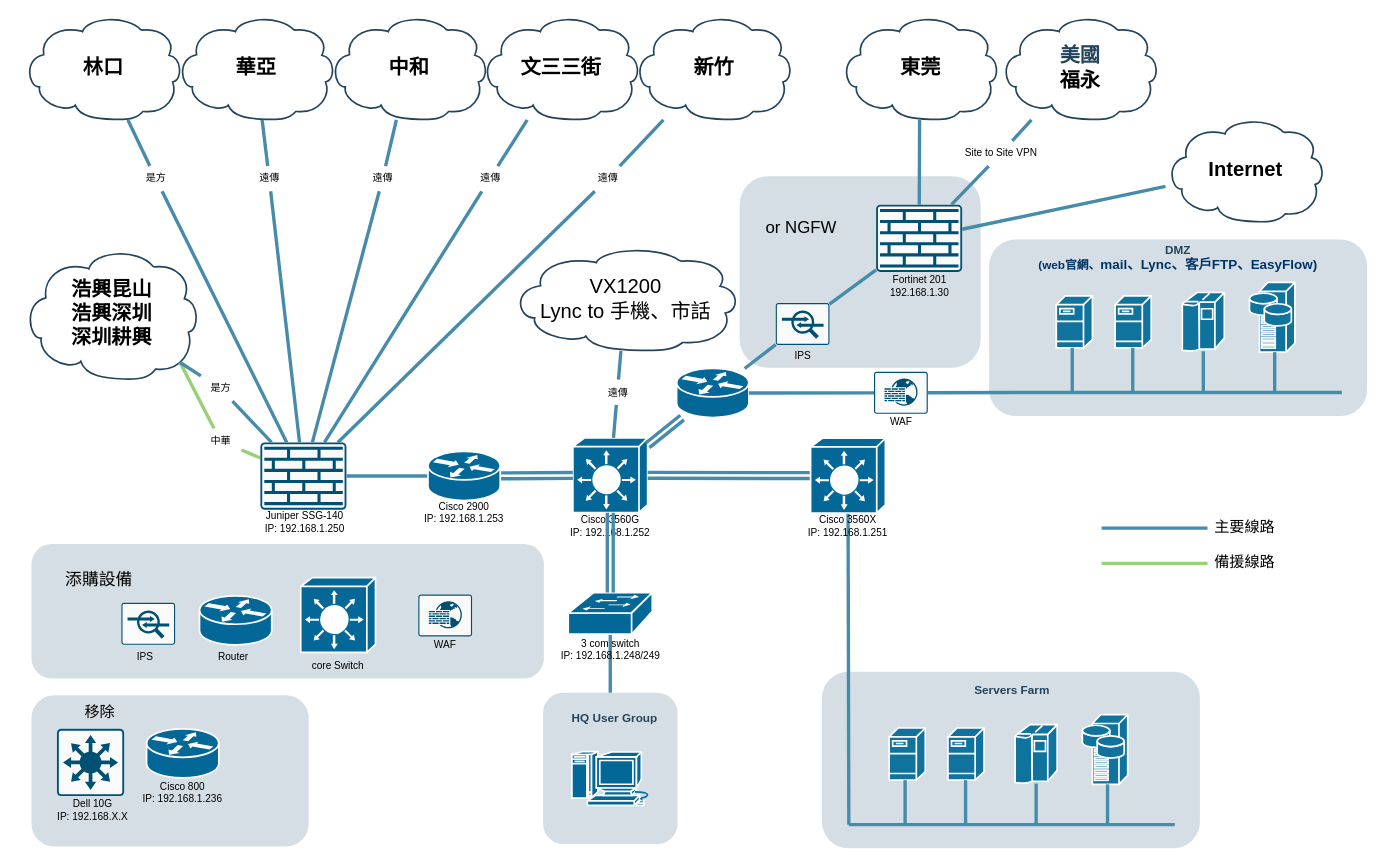
Earlier version of the draw.io diagram HQ-V2.drawio (KevinKuo2519/AI-Prpgram). Source tidied: cells renumbered, new cells numbered last; positions are measured from the earlier drawing's top-left corner, leaving out a move shared by most shapes. Both pictures are drawn from the tidied source at 84%, with x=0, y=0 at pixel (14, 14).
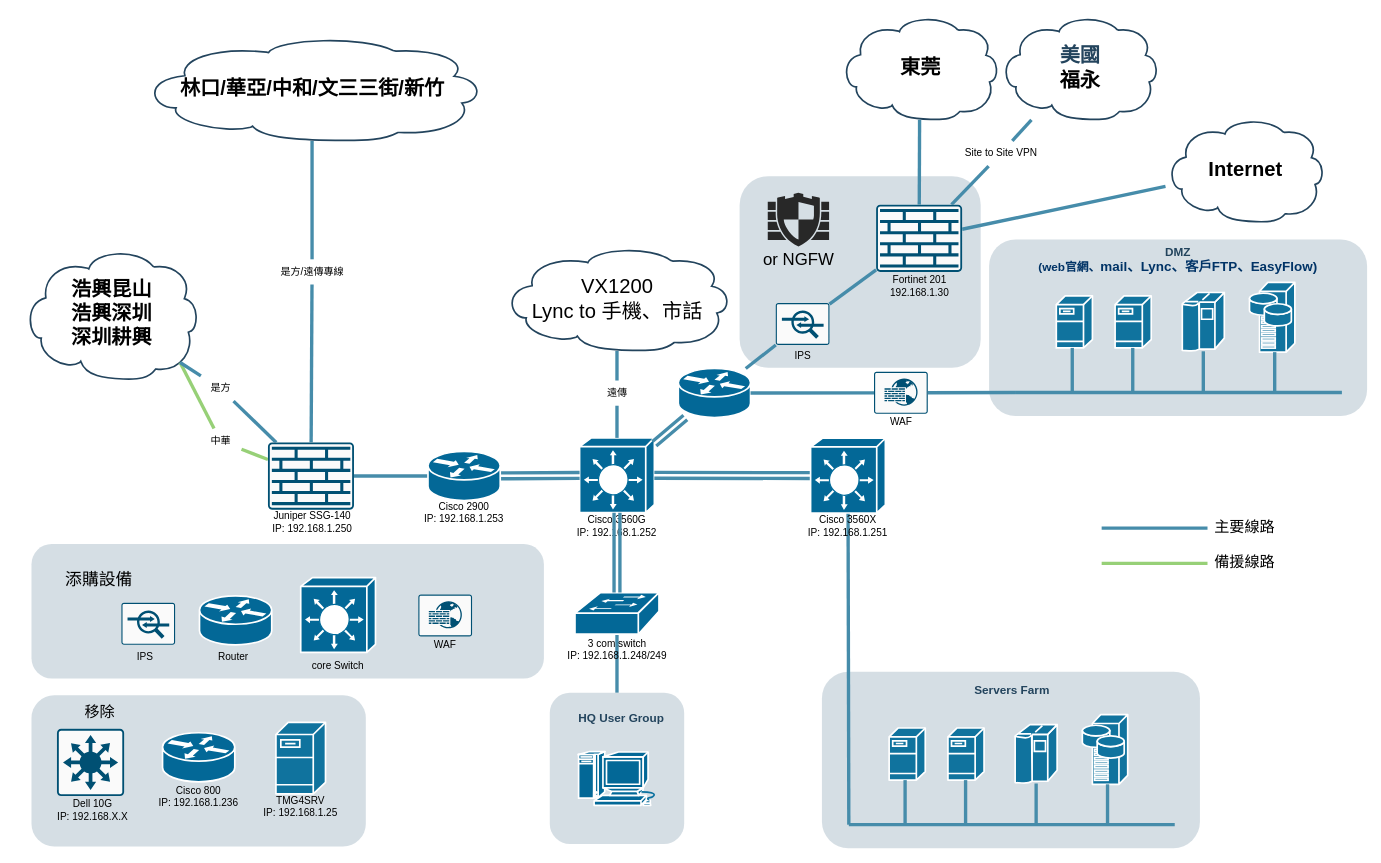
The same diagram, later.

Unchanged cells that the change refers to:
```xml
<mxCell id="22" style="group;" parent="1" vertex="1">
  <mxGeometry x="1160" y="267.7" width="450" height="210" as="geometry" />
</mxCell>
<mxCell id="126" style="sketch=0;points=[[0.015,0.015,0],[0.985,0.015,0],[0.985,0.985,0],[0.015,0.985,0],[0.25,0,0],[0.5,0,0],[0.75,0,0],[1,0.25,0],[1,0.5,0],[1,0.75,0],[0.75,1,0],[0.5,1,0],[0.25,1,0],[0,0.75,0],[0,0.5,0],[0,0.25,0]];verticalLabelPosition=bottom;html=1;verticalAlign=top;align=center;shape=mxgraph.cisco19.rect;prIcon=firewall;fillColor=#FAFAFA;strokeColor=#005073;" parent="125" vertex="1">
  <mxGeometry width="102.4" height="80" as="geometry" />
</mxCell>
```

The edit, as a diff of the source:
```diff
@@
     <mxCell id="17" style="group;" parent="1" vertex="1">
-      <mxGeometry x="654" y="503.8" width="110" height="120" as="geometry" />
+      <mxGeometry x="662" y="503.8" width="110" height="120" as="geometry" />
     </mxCell>
@@
-    <mxCell id="33" value="&lt;font style=&quot;border-color: var(--border-color);&quot; color=&quot;#23445d&quot;&gt;DMZ&lt;/font&gt;&lt;br style=&quot;border-color: var(--border-color);&quot;&gt;&lt;font style=&quot;border-color: var(--border-color);&quot; color=&quot;#003366&quot;&gt;(web官網、&lt;span style=&quot;border-color: var(--border-color); font-size: 12pt; font-family: Calibri, sans-serif;&quot; lang=&quot;EN-US&quot;&gt;mail&lt;/span&gt;&lt;span style=&quot;border-color: var(--border-color); font-size: 12pt; font-family: 新細明體, serif;&quot;&gt;、&lt;/span&gt;&lt;span style=&quot;border-color: var(--border-color); font-size: 12pt; font-family: Calibri, sans-serif;&quot; lang=&quot;EN-US&quot;&gt;Lync&lt;/span&gt;&lt;span style=&quot;border-color: var(--border-color); font-size: 12pt; font-family: 新細明體, serif;&quot;&gt;、客戶&lt;/span&gt;&lt;span style=&quot;border-color: var(--border-color); font-size: 12pt; font-family: Calibri, sans-serif;&quot; lang=&quot;EN-US&quot;&gt;FTP、EasyFlow)&lt;/span&gt;&lt;/font&gt;" style="rounded=1;whiteSpace=wrap;html=1;strokeColor=none;fillColor=none;fontSize=14;fontColor=#742B21;align=center;fontStyle=1;" parent="22" vertex="1">
-      <mxGeometry x="40" y="12" width="370" height="19" as="geometry" />
-    </mxCell>
-    <mxCell id="34" style="rounded=1;jettySize=auto;html=1;strokeColor=#468CAA;strokeWidth=4;endArrow=none;endFill=0;elbow=vertical;" parent="1" edge="1" source="88" target="126">
-      <mxGeometry relative="1" as="geometry" />
-    </mxCell>
-    <mxCell id="35" value="&lt;p style=&quot;margin-top: 0pt; margin-bottom: 0pt; margin-left: 0in; direction: ltr; unicode-bidi: embed; word-break: normal; font-size: 23px;&quot;&gt;&lt;/p&gt;&lt;p style=&quot;margin-top: 0pt; margin-bottom: 0pt; margin-left: 0in; direction: ltr; unicode-bidi: embed; word-break: normal;&quot;&gt;&lt;span style=&quot;background-color: initial; font-size: 18pt; color: rgb(0, 0, 0);&quot;&gt;林口&lt;/span&gt;&lt;br&gt;&lt;/p&gt;" style="shape=mxgraph.cisco.storage.cloud;html=1;dashed=0;strokeColor=#23445D;fillColor=#ffffff;strokeWidth=2;fontFamily=Helvetica;fontSize=24;fontColor=#23445D;align=center;fontStyle=1;" parent="1" vertex="1">
-      <mxGeometry x="10" y="0.2" width="190" height="125" as="geometry" />
+    <mxCell id="35" value="&lt;p style=&quot;margin-top: 0pt; margin-bottom: 0pt; margin-left: 0in; direction: ltr; unicode-bidi: embed; word-break: normal; font-size: 23px;&quot;&gt;&lt;/p&gt;&lt;p style=&quot;margin-top: 0pt; margin-bottom: 0pt; margin-left: 0in; direction: ltr; unicode-bidi: embed; word-break: normal;&quot;&gt;&lt;span style=&quot;background-color: initial; font-size: 18pt; color: rgb(0, 0, 0);&quot;&gt;林口/華亞/中和/文三三街/新竹&lt;/span&gt;&lt;/p&gt;" style="shape=mxgraph.cisco.storage.cloud;html=1;dashed=0;strokeColor=#23445D;fillColor=#ffffff;strokeWidth=2;fontFamily=Helvetica;fontSize=24;fontColor=#23445D;align=center;fontStyle=1;" parent="1" vertex="1">
+      <mxGeometry x="150" y="25.2" width="408" height="125" as="geometry" />
     </mxCell>
@@
     <mxCell id="40" value="&lt;p style=&quot;margin-top: 0pt; margin-bottom: 0pt; margin-left: 0in; direction: ltr; unicode-bidi: embed; word-break: normal; font-size: 23px;&quot;&gt;&lt;/p&gt;&lt;p style=&quot;border-color: var(--border-color); color: rgb(0, 0, 0); font-weight: 400; margin-top: 0pt; margin-bottom: 0pt; margin-left: 0in; direction: ltr; unicode-bidi: embed; word-break: normal;&quot;&gt;&lt;font style=&quot;border-color: var(--border-color);&quot;&gt;VX1200&lt;/font&gt;&lt;/p&gt;&lt;p style=&quot;border-color: var(--border-color); color: rgb(0, 0, 0); font-weight: 400; margin-top: 0pt; margin-bottom: 0pt; margin-left: 0in; direction: ltr; unicode-bidi: embed; word-break: normal;&quot;&gt;&lt;font style=&quot;border-color: var(--border-color);&quot;&gt;Lync to&amp;nbsp;&lt;span style=&quot;border-color: var(--border-color); font-family: 微軟正黑體;&quot;&gt;手機、市話&lt;/span&gt;&lt;/font&gt;&lt;/p&gt;" style="shape=mxgraph.cisco.storage.cloud;html=1;dashed=0;strokeColor=#23445D;fillColor=#ffffff;strokeWidth=2;fontFamily=Helvetica;fontSize=24;fontColor=#23445D;align=center;fontStyle=1;" parent="1" vertex="1">
-      <mxGeometry x="591" y="275.2" width="272" height="125" as="geometry" />
+      <mxGeometry x="581" y="275.2" width="272" height="125" as="geometry" />
     </mxCell>
     <mxCell id="41" style="group;" parent="1" vertex="1">
-      <mxGeometry x="646.8" y="688" width="124.5" height="83" as="geometry" />
+      <mxGeometry x="654.8" y="688" width="124.5" height="83" as="geometry" />
     </mxCell>
@@
     <mxCell id="45" style="group;" parent="1" vertex="1">
-      <mxGeometry x="629" y="807.2" width="160" height="180" as="geometry" />
+      <mxGeometry x="637" y="807.2" width="160" height="180" as="geometry" />
     </mxCell>
@@
-    <mxCell id="66" value="&lt;p style=&quot;margin-top: 0pt; margin-bottom: 0pt; margin-left: 0in; direction: ltr; unicode-bidi: embed; word-break: normal; font-size: 23px;&quot;&gt;&lt;/p&gt;&lt;p style=&quot;margin-top: 0pt; margin-bottom: 0pt; margin-left: 0in; direction: ltr; unicode-bidi: embed; word-break: normal;&quot;&gt;&lt;font color=&quot;#000000&quot;&gt;華亞&lt;/font&gt;&lt;/p&gt;" style="shape=mxgraph.cisco.storage.cloud;html=1;dashed=0;strokeColor=#23445D;fillColor=#ffffff;strokeWidth=2;fontFamily=Helvetica;fontSize=24;fontColor=#23445D;align=center;fontStyle=1;" parent="1" vertex="1">
-      <mxGeometry x="192" y="0.2" width="190" height="125" as="geometry" />
-    </mxCell>
-    <mxCell id="67" value="&lt;p style=&quot;margin-top: 0pt; margin-bottom: 0pt; margin-left: 0in; direction: ltr; unicode-bidi: embed; word-break: normal; font-size: 23px;&quot;&gt;&lt;/p&gt;&lt;p style=&quot;margin-top: 0pt; margin-bottom: 0pt; margin-left: 0in; direction: ltr; unicode-bidi: embed; word-break: normal;&quot;&gt;&lt;font color=&quot;#000000&quot;&gt;中和&lt;/font&gt;&lt;/p&gt;" style="shape=mxgraph.cisco.storage.cloud;html=1;dashed=0;strokeColor=#23445D;fillColor=#ffffff;strokeWidth=2;fontFamily=Helvetica;fontSize=24;fontColor=#23445D;align=center;fontStyle=1;" parent="1" vertex="1">
-      <mxGeometry x="374" y="0.2" width="190" height="125" as="geometry" />
-    </mxCell>
-    <mxCell id="68" value="&lt;p style=&quot;margin-top: 0pt; margin-bottom: 0pt; margin-left: 0in; direction: ltr; unicode-bidi: embed; word-break: normal; font-size: 23px;&quot;&gt;&lt;/p&gt;&lt;p style=&quot;margin-top: 0pt; margin-bottom: 0pt; margin-left: 0in; direction: ltr; unicode-bidi: embed; word-break: normal;&quot;&gt;&lt;span style=&quot;background-color: initial; font-size: 18pt; color: rgb(0, 0, 0);&quot;&gt;文三三街&lt;/span&gt;&lt;br&gt;&lt;/p&gt;" style="shape=mxgraph.cisco.storage.cloud;html=1;dashed=0;strokeColor=#23445D;fillColor=#ffffff;strokeWidth=2;fontFamily=Helvetica;fontSize=24;fontColor=#23445D;align=center;fontStyle=1;" parent="1" vertex="1">
-      <mxGeometry x="555" y="0.2" width="190" height="125" as="geometry" />
-    </mxCell>
-    <mxCell id="69" value="&lt;p style=&quot;margin-top: 0pt; margin-bottom: 0pt; margin-left: 0in; direction: ltr; unicode-bidi: embed; word-break: normal; font-size: 23px;&quot;&gt;&lt;/p&gt;&lt;p style=&quot;margin-top: 0pt; margin-bottom: 0pt; margin-left: 0in; direction: ltr; unicode-bidi: embed; word-break: normal;&quot;&gt;&lt;span style=&quot;background-color: initial; font-size: 18pt; color: rgb(0, 0, 0);&quot;&gt;新竹&lt;/span&gt;&lt;br&gt;&lt;/p&gt;" style="shape=mxgraph.cisco.storage.cloud;html=1;dashed=0;strokeColor=#23445D;fillColor=#ffffff;strokeWidth=2;fontFamily=Helvetica;fontSize=24;fontColor=#23445D;align=center;fontStyle=1;" parent="1" vertex="1">
-      <mxGeometry x="736.5" y="0.2" width="190" height="125" as="geometry" />
-    </mxCell>
-    <mxCell id="70" style="rounded=1;jettySize=auto;html=1;strokeColor=#468CAA;strokeWidth=4;endArrow=none;endFill=0;elbow=vertical;" parent="1" edge="1" source="90" target="126">
-      <mxGeometry relative="1" as="geometry" />
-    </mxCell>
-    <mxCell id="71" style="rounded=1;jettySize=auto;html=1;strokeColor=#468CAA;strokeWidth=4;endArrow=none;endFill=0;" parent="1" edge="1" source="92" target="126">
-      <mxGeometry relative="1" as="geometry" />
-    </mxCell>
-    <mxCell id="72" style="rounded=1;jettySize=auto;html=1;strokeColor=#468CAA;strokeWidth=4;endArrow=none;endFill=0;elbow=vertical;" parent="1" edge="1" source="94" target="126">
-      <mxGeometry relative="1" as="geometry" />
-    </mxCell>
@@
     <mxCell id="84" value="遠傳" style="text;html=1;align=center;verticalAlign=middle;points=[];strokeColor=none;fillColor=none;" parent="1" vertex="1">
-      <mxGeometry x="692.5" y="434.5" width="50" height="30" as="geometry" />
+      <mxGeometry x="692" y="435.5" width="50" height="30" as="geometry" />
     </mxCell>
@@
-    <mxCell id="86" value="是方" style="text;html=1;align=center;verticalAlign=middle;points=[];strokeColor=none;fillColor=none;" parent="1" vertex="1">
-      <mxGeometry x="143" y="180.2" width="50" height="30" as="geometry" />
+    <mxCell id="86" value="是方/遠傳專線" style="text;html=1;align=center;verticalAlign=middle;points=[];strokeColor=none;fillColor=none;" parent="1" vertex="1">
+      <mxGeometry x="304" y="291.2" width="100" height="30" as="geometry" />
     </mxCell>
-    <mxCell id="87" style="rounded=1;jettySize=auto;html=1;strokeColor=#468CAA;strokeWidth=4;endArrow=none;endFill=0;elbow=vertical;" parent="1" edge="1" source="66" target="88">
-      <mxGeometry relative="1" as="geometry" />
-    </mxCell>
-    <mxCell id="88" value="遠傳" style="text;html=1;align=center;verticalAlign=middle;points=[];strokeColor=none;fillColor=none;" parent="1" vertex="1">
-      <mxGeometry x="278" y="180.2" width="50" height="30" as="geometry" />
-    </mxCell>
-    <mxCell id="89" style="rounded=1;jettySize=auto;html=1;strokeColor=#468CAA;strokeWidth=4;endArrow=none;endFill=0;elbow=vertical;" parent="1" edge="1" source="67" target="90">
-      <mxGeometry relative="1" as="geometry" />
-    </mxCell>
-    <mxCell id="90" value="遠傳" style="text;html=1;align=center;verticalAlign=middle;points=[];strokeColor=none;fillColor=none;" parent="1" vertex="1">
-      <mxGeometry x="413" y="180.2" width="50" height="30" as="geometry" />
-    </mxCell>
-    <mxCell id="91" style="rounded=1;jettySize=auto;html=1;strokeColor=#468CAA;strokeWidth=4;endArrow=none;endFill=0;" parent="1" edge="1" source="68" target="92">
-      <mxGeometry relative="1" as="geometry" />
-    </mxCell>
-    <mxCell id="92" value="遠傳" style="text;html=1;align=center;verticalAlign=middle;points=[];strokeColor=none;fillColor=none;" parent="1" vertex="1">
-      <mxGeometry x="540.5" y="180.2" width="50" height="30" as="geometry" />
-    </mxCell>
-    <mxCell id="93" style="rounded=1;jettySize=auto;html=1;strokeColor=#468CAA;strokeWidth=4;endArrow=none;endFill=0;elbow=vertical;" parent="1" edge="1" source="69" target="94">
-      <mxGeometry relative="1" as="geometry" />
-    </mxCell>
-    <mxCell id="94" value="遠傳" style="text;html=1;align=center;verticalAlign=middle;points=[];strokeColor=none;fillColor=none;" parent="1" vertex="1">
-      <mxGeometry x="681" y="180.2" width="50" height="30" as="geometry" />
-    </mxCell>
@@
     <mxCell id="97" style="shape=mxgraph.cisco.routers.router;sketch=0;html=1;dashed=0;fillColor=#036897;strokeColor=#ffffff;strokeWidth=2;verticalLabelPosition=bottom;verticalAlign=top;align=center;outlineConnect=0;" parent="1" vertex="1">
-      <mxGeometry x="788" y="421.2" width="86" height="58.4" as="geometry" />
+      <mxGeometry x="790" y="421.2" width="86" height="58.4" as="geometry" />
     </mxCell>
@@
     <mxCell id="117" style="rounded=1;whiteSpace=wrap;html=1;strokeColor=none;fillColor=#BAC8D3;fontSize=24;fontColor=#23445D;align=center;opacity=60;" parent="1" vertex="1">
-      <mxGeometry x="20" y="810.2" width="330" height="180" as="geometry" />
+      <mxGeometry x="20" y="810.2" width="398" height="180" as="geometry" />
     </mxCell>
@@
     <mxCell id="122" style="group;" parent="1" vertex="1">
-      <mxGeometry x="150" y="850.2" width="100" height="91" as="geometry" />
+      <mxGeometry x="169" y="854.8" width="100" height="91" as="geometry" />
     </mxCell>
@@
     <mxCell id="125" style="group;" parent="1" vertex="1">
-      <mxGeometry x="292.5" y="509.2" width="105" height="110" as="geometry" />
+      <mxGeometry x="301.5" y="509.2" width="105" height="110" as="geometry" />
     </mxCell>
@@
+    <mxCell id="132" value="&lt;p style=&quot;margin-top: 0pt; margin-bottom: 0pt; margin-left: 0in; direction: ltr; unicode-bidi: embed; word-break: normal; font-size: 23px;&quot;&gt;&lt;/p&gt;&lt;p style=&quot;border-color: var(--border-color); margin-top: 0pt; margin-bottom: 0pt; margin-left: 0in; direction: ltr; unicode-bidi: embed; word-break: normal;&quot;&gt;美國&lt;br style=&quot;border-color: var(--border-color);&quot;&gt;&lt;/p&gt;&lt;p style=&quot;border-color: var(--border-color); margin-top: 0pt; margin-bottom: 0pt; margin-left: 0in; direction: ltr; unicode-bidi: embed; word-break: normal;&quot;&gt;&lt;span style=&quot;border-color: var(--border-color); color: rgb(0, 0, 0); font-size: 18pt; background-color: initial;&quot;&gt;福永&lt;/span&gt;&lt;/p&gt;" style="shape=mxgraph.cisco.storage.cloud;html=1;dashed=0;strokeColor=#23445D;fillColor=#ffffff;strokeWidth=2;fontFamily=Helvetica;fontSize=24;fontColor=#23445D;align=center;fontStyle=1;" parent="1" vertex="1">
+      <mxGeometry x="1172.5" y="0.2" width="190" height="125" as="geometry" />
+    </mxCell>
+    <mxCell id="133" style="group;" parent="1" vertex="1">
+      <mxGeometry x="878" y="212" width="110" height="97.8" as="geometry" />
+    </mxCell>
-    <mxCell id="131" value="&lt;font style=&quot;font-size: 20px;&quot;&gt;or NGFW&lt;/font&gt;" style="text;html=1;align=center;verticalAlign=middle;strokeColor=none;fillColor=none;" parent="1" vertex="1">
-      <mxGeometry x="880.5" y="232" width="110" height="40" as="geometry" />
+    <mxCell id="131" value="&lt;font style=&quot;font-size: 20px;&quot;&gt;or NGFW&lt;/font&gt;" style="text;html=1;align=center;verticalAlign=middle;strokeColor=none;fillColor=none;" parent="133" vertex="1">
+      <mxGeometry y="57.8" width="110" height="40" as="geometry" />
     </mxCell>
-    <mxCell id="132" value="&lt;p style=&quot;margin-top: 0pt; margin-bottom: 0pt; margin-left: 0in; direction: ltr; unicode-bidi: embed; word-break: normal; font-size: 23px;&quot;&gt;&lt;/p&gt;&lt;p style=&quot;border-color: var(--border-color); margin-top: 0pt; margin-bottom: 0pt; margin-left: 0in; direction: ltr; unicode-bidi: embed; word-break: normal;&quot;&gt;美國&lt;br style=&quot;border-color: var(--border-color);&quot;&gt;&lt;/p&gt;&lt;p style=&quot;border-color: var(--border-color); margin-top: 0pt; margin-bottom: 0pt; margin-left: 0in; direction: ltr; unicode-bidi: embed; word-break: normal;&quot;&gt;&lt;span style=&quot;border-color: var(--border-color); color: rgb(0, 0, 0); font-size: 18pt; background-color: initial;&quot;&gt;福永&lt;/span&gt;&lt;/p&gt;" style="shape=mxgraph.cisco.storage.cloud;html=1;dashed=0;strokeColor=#23445D;fillColor=#ffffff;strokeWidth=2;fontFamily=Helvetica;fontSize=24;fontColor=#23445D;align=center;fontStyle=1;" parent="1" vertex="1">
-      <mxGeometry x="1172.5" y="0.2" width="190" height="125" as="geometry" />
-    </mxCell>
+    <mxCell id="134" style="verticalLabelPosition=bottom;sketch=0;html=1;fillColor=#282828;strokeColor=none;verticalAlign=top;align=center;shape=mxgraph.cisco_safe.security_icons.ngfw;" parent="133" vertex="1">
+      <mxGeometry x="18.5" width="73" height="64" as="geometry" />
+    </mxCell>
+    <mxCell id="135" style="group;" parent="1" vertex="1">
+      <mxGeometry x="288" y="842.5" width="105" height="115.5" as="geometry" />
+    </mxCell>
+    <mxCell id="136" style="shape=mxgraph.cisco.servers.fileserver;html=1;dashed=0;fillColor=#10739E;strokeColor=#ffffff;strokeWidth=2;verticalLabelPosition=bottom;verticalAlign=top;fontFamily=Helvetica;fontSize=36;fontColor=#FFB366;" parent="135" vertex="1">
+      <mxGeometry x="23" width="59" height="85" as="geometry" />
+    </mxCell>
+    <mxCell id="137" value="TMG4SRV&lt;br&gt;IP: 192.168.1.25" style="text;html=1;strokeColor=none;fillColor=none;align=center;verticalAlign=middle;whiteSpace=wrap;rounded=0;" parent="135" vertex="1">
+      <mxGeometry y="85.5" width="105" height="30" as="geometry" />
+    </mxCell>
+    <mxCell id="33" value="&lt;font style=&quot;border-color: var(--border-color);&quot; color=&quot;#23445d&quot;&gt;DMZ&lt;/font&gt;&lt;br style=&quot;border-color: var(--border-color);&quot;&gt;&lt;font style=&quot;border-color: var(--border-color);&quot; color=&quot;#003366&quot;&gt;(web官網、&lt;span style=&quot;border-color: var(--border-color); font-size: 12pt; font-family: Calibri, sans-serif;&quot; lang=&quot;EN-US&quot;&gt;mail&lt;/span&gt;&lt;span style=&quot;border-color: var(--border-color); font-size: 12pt; font-family: 新細明體, serif;&quot;&gt;、&lt;/span&gt;&lt;span style=&quot;border-color: var(--border-color); font-size: 12pt; font-family: Calibri, sans-serif;&quot; lang=&quot;EN-US&quot;&gt;Lync&lt;/span&gt;&lt;span style=&quot;border-color: var(--border-color); font-size: 12pt; font-family: 新細明體, serif;&quot;&gt;、客戶&lt;/span&gt;&lt;span style=&quot;border-color: var(--border-color); font-size: 12pt; font-family: Calibri, sans-serif;&quot; lang=&quot;EN-US&quot;&gt;FTP、EasyFlow)&lt;/span&gt;&lt;/font&gt;" style="rounded=1;whiteSpace=wrap;html=1;strokeColor=none;fillColor=none;fontSize=14;fontColor=#742B21;align=center;fontStyle=1;" parent="1" vertex="1">
+      <mxGeometry x="1200" y="282.7" width="370" height="19" as="geometry" />
+    </mxCell>
```
